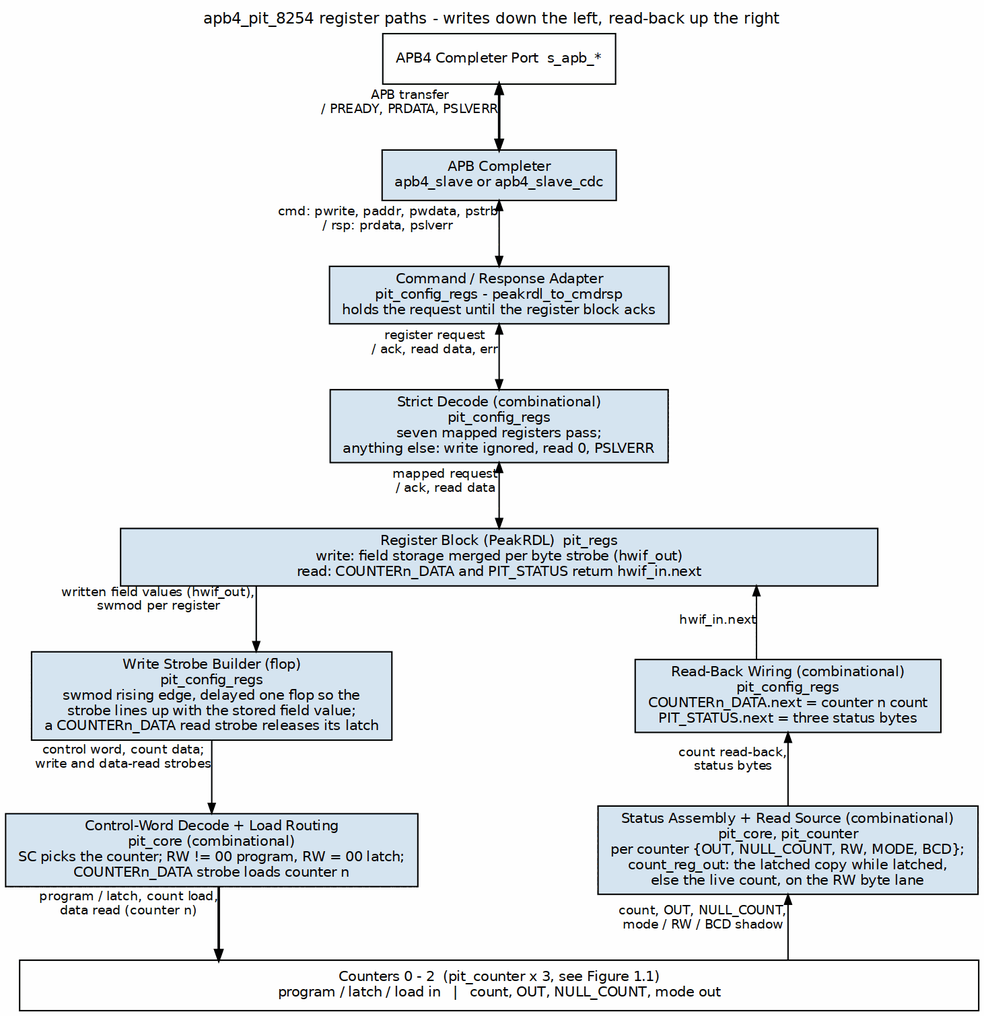
Earlier version of the Graphviz export projects/components/legacy-ip/retro_legacy_blocks/docs/pit_8254_mas/assets/graphviz/pit_8254_register_paths.png (sean-galloway/RTLDesignSherpa). Its source is kept beside it as projects/components/legacy-ip/retro_legacy_blocks/docs/pit_8254_mas/assets/graphviz/pit_8254_register_paths.dot. The source it was exported from:
```dot
digraph pit_8254_register_paths {
    graph [rankdir=TB, bgcolor="white", fontname="Helvetica", fontsize=11,
           nodesep="0.60", ranksep="0.65", splines=ortho, newrank=true,
           label="apb4_pit_8254 register paths - writes down the left, read-back up the right",
           labelloc=t, labeljust=c];
    node  [fontname="Helvetica", fontsize=10, shape=box, style=filled,
           fillcolor="#D6E4F0", color="black", margin="0.12,0.06"];
    edge  [fontname="Helvetica", fontsize=9, color="black", arrowsize=0.7];

    apb  [group=C, fillcolor="white", label="APB4 Completer Port  s_apb_*"];
    slv  [group=C, label="APB Completer\napb4_slave or apb4_slave_cdc"];
    adp  [group=C, label="Command / Response Adapter\npit_config_regs - peakrdl_to_cmdrsp\nholds the request until the register block acks"];
    dec  [group=C, label="Strict Decode (combinational)\npit_config_regs\nseven mapped registers pass;\nanything else: write ignored, read 0, PSLVERR"];
    regs [group=C, width=7.5, label="Register Block (PeakRDL)  pit_regs\nwrite: field storage merged per byte strobe (hwif_out)\nread: COUNTERn_DATA and PIT_STATUS return hwif_in.next"];

    stb  [group=L, label="Write Strobe Builder (flop)\npit_config_regs\nswmod rising edge, delayed one flop so the\nstrobe lines up with the stored field value;\na COUNTERn_DATA read strobe releases its latch"];
    cwd  [group=L, label="Control-Word Decode + Load Routing\npit_core (combinational)\nSC picks the counter; RW != 00 program, RW = 00 latch;\nCOUNTERn_DATA strobe loads counter n"];

    rb1  [group=R, label="Read-Back Wiring (combinational)\npit_config_regs\nCOUNTERn_DATA.next = counter n count\nPIT_STATUS.next = three status bytes"];
    rb2  [group=R, label="Status Assembly + Read Source (combinational)\npit_core, pit_counter\nper counter {OUT, NULL_COUNT, RW, MODE, BCD};\ncount_reg_out: the latched copy while latched,\nelse the live count, on the RW byte lane"];

    bar  [group=C, fillcolor="white", width=9.5,
          label="Counters 0 - 2  (pit_counter x 3, see Figure 1.1)\nprogram / latch / load in   |   count, OUT, NULL_COUNT, mode out"];

    apb  -> slv  [dir=both, penwidth=1.8, xlabel="APB transfer\n/ PREADY, PRDATA, PSLVERR"];
    slv  -> adp  [dir=both, xlabel="cmd: pwrite, paddr, pwdata, pstrb\n/ rsp: prdata, pslverr"];
    adp  -> dec  [dir=both, xlabel="register request\n/ ack, read data, err"];
    dec  -> regs [dir=both, xlabel="mapped request\n/ ack, read data"];

    regs -> stb  [xlabel="written field values (hwif_out),\nswmod per register"];
    stb  -> cwd  [xlabel="control word, count data;\nwrite and data-read strobes"];
    cwd  -> bar  [penwidth=1.8, xlabel="program / latch, count load,\ndata read (counter n)"];

    rb2  -> bar  [dir=back, xlabel="count, OUT, NULL_COUNT,\nmode / RW / BCD shadow"];
    rb1  -> rb2  [dir=back, xlabel="count read-back,\nstatus bytes"];
    regs -> rb1  [dir=back, xlabel="hwif_in.next"];

    { rank=same; stb; rb1; }
    { rank=same; cwd; rb2; }
    stb -> rb1 [style=invis, minlen=3];
    cwd -> rb2 [style=invis, minlen=3];
}
```
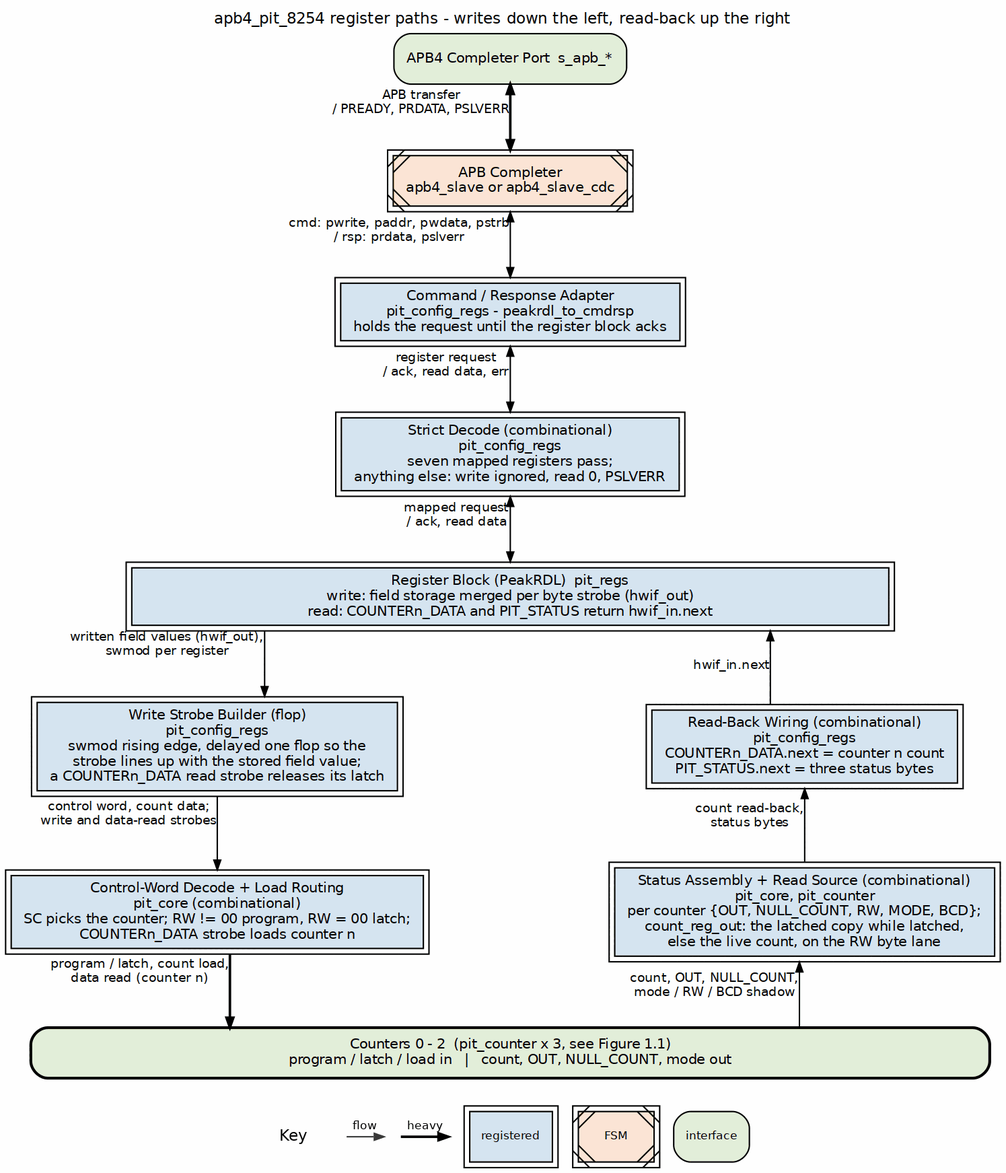
The same file after the commit.

Change to the diagram source:
```diff
@@ -4,23 +4,23 @@
            label="apb4_pit_8254 register paths - writes down the left, read-back up the right",
            labelloc=t, labeljust=c];
     node  [fontname="Helvetica", fontsize=10, shape=box, style=filled,
-           fillcolor="#D6E4F0", color="black", margin="0.12,0.06"];
+           fillcolor="white", color="black", margin="0.12,0.06"];
     edge  [fontname="Helvetica", fontsize=9, color="black", arrowsize=0.7];
 
-    apb  [group=C, fillcolor="white", label="APB4 Completer Port  s_apb_*"];
-    slv  [group=C, label="APB Completer\napb4_slave or apb4_slave_cdc"];
-    adp  [group=C, label="Command / Response Adapter\npit_config_regs - peakrdl_to_cmdrsp\nholds the request until the register block acks"];
-    dec  [group=C, label="Strict Decode (combinational)\npit_config_regs\nseven mapped registers pass;\nanything else: write ignored, read 0, PSLVERR"];
-    regs [group=C, width=7.5, label="Register Block (PeakRDL)  pit_regs\nwrite: field storage merged per byte strobe (hwif_out)\nread: COUNTERn_DATA and PIT_STATUS return hwif_in.next"];
+    apb  [group=C, fillcolor="white", label="APB4 Completer Port  s_apb_*", style="rounded,filled", fillcolor="#E2EFDA"];
+    slv  [group=C, label="APB Completer\napb4_slave or apb4_slave_cdc", peripheries=2, style="filled,diagonals", fillcolor="#FCE4D6"];
+    adp  [group=C, label="Command / Response Adapter\npit_config_regs - peakrdl_to_cmdrsp\nholds the request until the register block acks", peripheries=2, style="filled", fillcolor="#D6E4F0"];
+    dec  [group=C, label="Strict Decode (combinational)\npit_config_regs\nseven mapped registers pass;\nanything else: write ignored, read 0, PSLVERR", peripheries=2, style="filled", fillcolor="#D6E4F0"];
+    regs [group=C, width=7.5, label="Register Block (PeakRDL)  pit_regs\nwrite: field storage merged per byte strobe (hwif_out)\nread: COUNTERn_DATA and PIT_STATUS return hwif_in.next", peripheries=2, style="filled", fillcolor="#D6E4F0"];
 
-    stb  [group=L, label="Write Strobe Builder (flop)\npit_config_regs\nswmod rising edge, delayed one flop so the\nstrobe lines up with the stored field value;\na COUNTERn_DATA read strobe releases its latch"];
-    cwd  [group=L, label="Control-Word Decode + Load Routing\npit_core (combinational)\nSC picks the counter; RW != 00 program, RW = 00 latch;\nCOUNTERn_DATA strobe loads counter n"];
+    stb  [group=L, label="Write Strobe Builder (flop)\npit_config_regs\nswmod rising edge, delayed one flop so the\nstrobe lines up with the stored field value;\na COUNTERn_DATA read strobe releases its latch", peripheries=2, style="filled", fillcolor="#D6E4F0"];
+    cwd  [group=L, label="Control-Word Decode + Load Routing\npit_core (combinational)\nSC picks the counter; RW != 00 program, RW = 00 latch;\nCOUNTERn_DATA strobe loads counter n", peripheries=2, style="filled", fillcolor="#D6E4F0"];
 
-    rb1  [group=R, label="Read-Back Wiring (combinational)\npit_config_regs\nCOUNTERn_DATA.next = counter n count\nPIT_STATUS.next = three status bytes"];
-    rb2  [group=R, label="Status Assembly + Read Source (combinational)\npit_core, pit_counter\nper counter {OUT, NULL_COUNT, RW, MODE, BCD};\ncount_reg_out: the latched copy while latched,\nelse the live count, on the RW byte lane"];
+    rb1  [group=R, label="Read-Back Wiring (combinational)\npit_config_regs\nCOUNTERn_DATA.next = counter n count\nPIT_STATUS.next = three status bytes", peripheries=2, style="filled", fillcolor="#D6E4F0"];
+    rb2  [group=R, label="Status Assembly + Read Source (combinational)\npit_core, pit_counter\nper counter {OUT, NULL_COUNT, RW, MODE, BCD};\ncount_reg_out: the latched copy while latched,\nelse the live count, on the RW byte lane", peripheries=2, style="filled", fillcolor="#D6E4F0"];
 
     bar  [group=C, fillcolor="white", width=9.5,
-          label="Counters 0 - 2  (pit_counter x 3, see Figure 1.1)\nprogram / latch / load in   |   count, OUT, NULL_COUNT, mode out"];
+          label="Counters 0 - 2  (pit_counter x 3, see Figure 1.1)\nprogram / latch / load in   |   count, OUT, NULL_COUNT, mode out", style="rounded,filled,bold", fillcolor="#E2EFDA"];
 
     apb  -> slv  [dir=both, penwidth=1.8, xlabel="APB transfer\n/ PREADY, PRDATA, PSLVERR"];
     slv  -> adp  [dir=both, xlabel="cmd: pwrite, paddr, pwdata, pstrb\n/ rsp: prdata, pslverr"];
```
